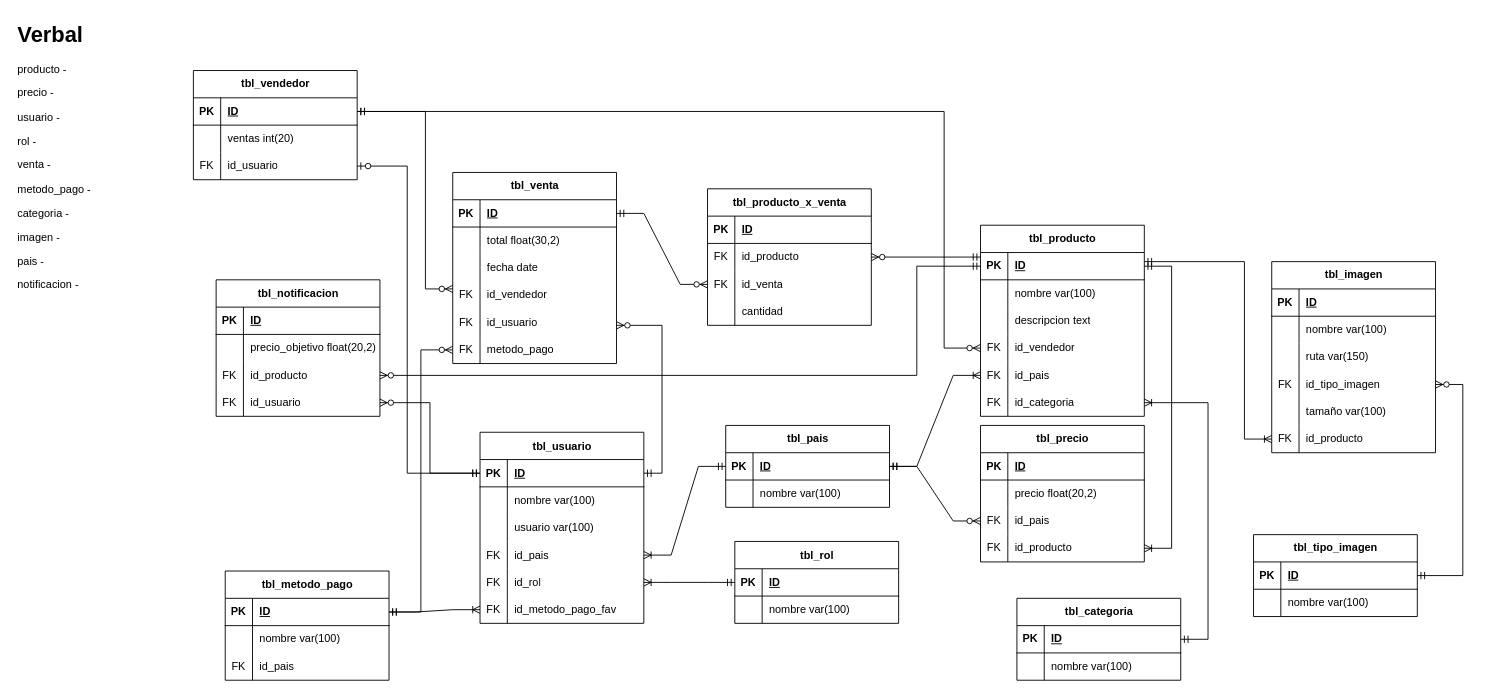
The draw.io diagram e-shop cuentas & videojuegos.drawio in jorge-ruizf/jshop, before the edit. Source tidied: cells renumbered, new cells numbered last; positions are measured from the earlier drawing's top-left corner, leaving out a move shared by most shapes. Both pictures are drawn from the tidied source at 91%, with x=0, y=0 at pixel (15, 15).
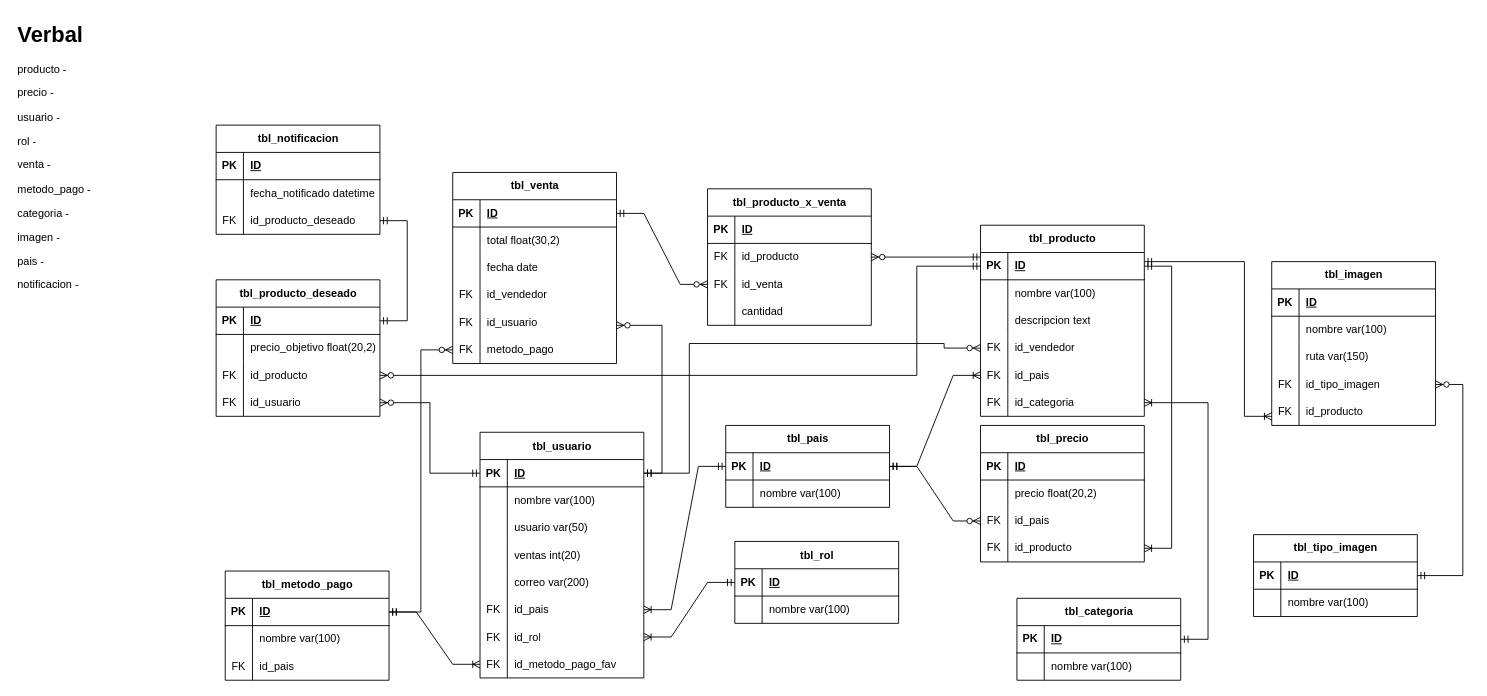
The same diagram, later.

Unchanged cells that the change refers to:
```xml
<mxCell id="3" style="shape=tableRow;horizontal=0;startSize=0;swimlaneHead=0;swimlaneBody=0;fillColor=none;points=[[0,0.5],[1,0.5]];portConstraint=eastwest;top=0;left=0;right=0;bottom=1;" parent="2" vertex="1">
  <mxGeometry y="30" width="180" height="30" as="geometry" />
</mxCell>
<mxCell id="12" style="shape=tableRow;horizontal=0;startSize=0;swimlaneHead=0;swimlaneBody=0;fillColor=none;points=[[0,0.5],[1,0.5]];portConstraint=eastwest;top=0;left=0;right=0;bottom=0;" parent="2" vertex="1">
  <mxGeometry y="120" width="180" height="30" as="geometry" />
</mxCell>
<mxCell id="30" style="shape=tableRow;horizontal=0;startSize=0;swimlaneHead=0;swimlaneBody=0;fillColor=none;points=[[0,0.5],[1,0.5]];portConstraint=eastwest;top=0;left=0;right=0;bottom=1;" parent="29" vertex="1">
  <mxGeometry y="30" width="180" height="30" as="geometry" />
</mxCell>
<mxCell id="75" style="shape=tableRow;horizontal=0;startSize=0;swimlaneHead=0;swimlaneBody=0;fillColor=none;points=[[0,0.5],[1,0.5]];portConstraint=eastwest;top=0;left=0;right=0;bottom=0;" parent="65" vertex="1">
  <mxGeometry y="120" width="180" height="30" as="geometry" />
</mxCell>
<mxCell id="81" style="shape=tableRow;horizontal=0;startSize=0;swimlaneHead=0;swimlaneBody=0;fillColor=none;points=[[0,0.5],[1,0.5]];portConstraint=eastwest;top=0;left=0;right=0;bottom=0;" parent="65" vertex="1">
  <mxGeometry y="180" width="180" height="30" as="geometry" />
</mxCell>
<mxCell id="98" style="shape=tableRow;horizontal=0;startSize=0;swimlaneHead=0;swimlaneBody=0;fillColor=none;points=[[0,0.5],[1,0.5]];portConstraint=eastwest;top=0;left=0;right=0;bottom=1;" parent="97" vertex="1">
  <mxGeometry y="30" width="180" height="30" as="geometry" />
</mxCell>
<mxCell id="104" style="shape=tableRow;horizontal=0;startSize=0;swimlaneHead=0;swimlaneBody=0;fillColor=none;top=0;left=0;right=0;bottom=0;" parent="97" vertex="1">
  <mxGeometry y="90" width="180" height="30" as="geometry" />
</mxCell>
<mxCell id="131" style="shape=tableRow;horizontal=0;startSize=0;swimlaneHead=0;swimlaneBody=0;fillColor=none;points=[[0,0.5],[1,0.5]];portConstraint=eastwest;top=0;left=0;right=0;bottom=1;" parent="130" vertex="1">
  <mxGeometry y="30" width="180" height="30" as="geometry" />
</mxCell>
```

Change to the diagram source:
```diff
@@
     <mxCell id="46" value="tbl_imagen" style="shape=table;startSize=30;childLayout=tableLayout;rowLines=0;fontStyle=1;align=center;html=1;" parent="1" vertex="1">
-      <mxGeometry x="1380" y="270" width="180" height="210" as="geometry" />
+      <mxGeometry x="1380" y="270" width="180" height="180" as="geometry" />
     </mxCell>
@@
-    <mxCell id="59" style="shape=tableRow;horizontal=0;startSize=0;swimlaneHead=0;swimlaneBody=0;fillColor=none;top=0;left=0;right=0;bottom=0;" parent="46" vertex="1">
-      <mxGeometry y="150" width="180" height="30" as="geometry" />
-    </mxCell>
-    <mxCell id="60" style="shape=partialRectangle;fillColor=none;top=0;left=0;bottom=0;right=0;overflow=hidden;whiteSpace=wrap;html=1;" parent="59" vertex="1">
-      <mxGeometry width="30" height="30" as="geometry" />
-    </mxCell>
-    <mxCell id="61" value="tamaño var(100)" style="shape=partialRectangle;fillColor=none;top=0;left=0;bottom=0;right=0;align=left;spacingLeft=6;overflow=hidden;whiteSpace=wrap;html=1;" parent="59" vertex="1">
-      <mxGeometry x="30" width="150" height="30" as="geometry" />
-    </mxCell>
     <mxCell id="62" style="shape=tableRow;horizontal=0;startSize=0;swimlaneHead=0;swimlaneBody=0;fillColor=none;points=[[0,0.5],[1,0.5]];portConstraint=eastwest;top=0;left=0;right=0;bottom=0;" parent="46" vertex="1">
-      <mxGeometry y="180" width="180" height="30" as="geometry" />
+      <mxGeometry y="150" width="180" height="30" as="geometry" />
     </mxCell>
@@
     <mxCell id="97" value="tbl_usuario" style="shape=table;startSize=30;childLayout=tableLayout;rowLines=0;fontStyle=1;align=center;html=1;" parent="1" vertex="1">
-      <mxGeometry x="510" y="457.5" width="180" height="210" as="geometry" />
+      <mxGeometry x="510" y="457.5" width="180" height="270" as="geometry" />
     </mxCell>
@@
-    <mxCell id="106" value="usuario var(100)" style="shape=partialRectangle;fillColor=none;top=0;left=0;bottom=0;right=0;align=left;spacingLeft=6;overflow=hidden;whiteSpace=wrap;html=1;" parent="104" vertex="1">
+    <mxCell id="106" value="usuario var(50)" style="shape=partialRectangle;fillColor=none;top=0;left=0;bottom=0;right=0;align=left;spacingLeft=6;overflow=hidden;whiteSpace=wrap;html=1;" parent="104" vertex="1">
       <mxGeometry x="30" width="150" height="30" as="geometry" />
     </mxCell>
+    <mxCell id="184" style="shape=tableRow;horizontal=0;startSize=0;swimlaneHead=0;swimlaneBody=0;fillColor=none;top=0;left=0;right=0;bottom=0;" parent="97" vertex="1">
+      <mxGeometry y="120" width="180" height="30" as="geometry" />
+    </mxCell>
+    <mxCell id="185" style="shape=partialRectangle;fillColor=none;top=0;left=0;bottom=0;right=0;overflow=hidden;whiteSpace=wrap;html=1;" parent="184" vertex="1">
+      <mxGeometry width="30" height="30" as="geometry" />
+    </mxCell>
+    <mxCell id="177" value="ventas int(20)" style="shape=partialRectangle;fillColor=none;top=0;left=0;bottom=0;right=0;align=left;spacingLeft=6;overflow=hidden;whiteSpace=wrap;html=1;" parent="184" vertex="1">
+      <mxGeometry x="30" width="150" height="30" as="geometry" />
+    </mxCell>
+    <mxCell id="59" style="shape=tableRow;horizontal=0;startSize=0;swimlaneHead=0;swimlaneBody=0;fillColor=none;top=0;left=0;right=0;bottom=0;" parent="97" vertex="1">
+      <mxGeometry y="150" width="180" height="30" as="geometry" />
+    </mxCell>
+    <mxCell id="186" style="shape=partialRectangle;fillColor=none;top=0;left=0;bottom=0;right=0;overflow=hidden;whiteSpace=wrap;html=1;" parent="59" vertex="1">
+      <mxGeometry width="30" height="30" as="geometry" />
+    </mxCell>
+    <mxCell id="187" value="correo var(200)" style="shape=partialRectangle;fillColor=none;top=0;left=0;bottom=0;right=0;align=left;spacingLeft=6;overflow=hidden;whiteSpace=wrap;html=1;" parent="59" vertex="1">
+      <mxGeometry x="30" width="150" height="30" as="geometry" />
+    </mxCell>
     <mxCell id="107" style="shape=tableRow;horizontal=0;startSize=0;swimlaneHead=0;swimlaneBody=0;fillColor=none;points=[[0,0.5],[1,0.5]];portConstraint=eastwest;top=0;left=0;right=0;bottom=0;" parent="97" vertex="1">
-      <mxGeometry y="120" width="180" height="30" as="geometry" />
+      <mxGeometry y="180" width="180" height="30" as="geometry" />
     </mxCell>
@@
     <mxCell id="110" style="shape=tableRow;horizontal=0;startSize=0;swimlaneHead=0;swimlaneBody=0;fillColor=none;points=[[0,0.5],[1,0.5]];portConstraint=eastwest;top=0;left=0;right=0;bottom=0;" parent="97" vertex="1">
-      <mxGeometry y="150" width="180" height="30" as="geometry" />
+      <mxGeometry y="210" width="180" height="30" as="geometry" />
     </mxCell>
@@
     <mxCell id="113" style="shape=tableRow;horizontal=0;startSize=0;swimlaneHead=0;swimlaneBody=0;fillColor=none;points=[[0,0.5],[1,0.5]];portConstraint=eastwest;top=0;left=0;right=0;bottom=0;" parent="97" vertex="1">
-      <mxGeometry y="180" width="180" height="30" as="geometry" />
+      <mxGeometry y="240" width="180" height="30" as="geometry" />
     </mxCell>
@@
-    <mxCell id="130" value="tbl_notificacion" style="shape=table;startSize=30;childLayout=tableLayout;rowLines=0;fontStyle=1;align=center;html=1;" parent="1" vertex="1">
+    <mxCell id="130" value="tbl_producto_deseado" style="shape=table;startSize=30;childLayout=tableLayout;rowLines=0;fontStyle=1;align=center;html=1;" parent="1" vertex="1">
       <mxGeometry x="220" y="290" width="180" height="150" as="geometry" />
     </mxCell>
@@
     <mxCell id="157" style="edgeStyle=orthogonalEdgeStyle;fontSize=12;html=1;endArrow=ERoneToMany;startArrow=ERmandOne;rounded=0;" parent="1" edge="1" source="3" target="62">
       <mxGeometry relative="1" as="geometry">
         <Array as="points">
           <mxPoint x="1350" y="270" />
-          <mxPoint x="1350" y="465" />
+          <mxPoint x="1350" y="440" />
         </Array>
       </mxGeometry>
     </mxCell>
@@
-    <mxCell id="167" style="edgeStyle=orthogonalEdgeStyle;fontSize=12;html=1;endArrow=ERzeroToMany;startArrow=ERmandOne;rounded=0;" parent="1" edge="1" source="172" target="75">
-      <mxGeometry relative="1" as="geometry">
-        <Array as="points">
-          <mxPoint x="450" y="105" />
-          <mxPoint x="450" y="300" />
-        </Array>
-      </mxGeometry>
-    </mxCell>
@@
-    <mxCell id="171" value="tbl_vendedor" style="shape=table;startSize=30;childLayout=tableLayout;rowLines=0;fontStyle=1;align=center;html=1;" parent="1" vertex="1">
-      <mxGeometry x="195" y="60" width="180" height="120" as="geometry" />
-    </mxCell>
+    <mxCell id="182" style="edgeStyle=orthogonalEdgeStyle;fontSize=12;html=1;endArrow=ERzeroToMany;startArrow=ERmandOne;rounded=0;" parent="1" edge="1" source="98" target="12">
+      <mxGeometry relative="1" as="geometry">
+        <Array as="points">
+          <mxPoint x="740" y="503" />
+          <mxPoint x="740" y="360" />
+          <mxPoint x="1020" y="360" />
+          <mxPoint x="1020" y="365" />
+        </Array>
+      </mxGeometry>
+    </mxCell>
+    <mxCell id="183" style="edgeStyle=orthogonalEdgeStyle;fontSize=12;html=1;endArrow=ERzeroToMany;startArrow=ERmandOne;rounded=0;" parent="1" edge="1" source="30" target="81">
+      <mxGeometry relative="1" as="geometry" />
+    </mxCell>
+    <mxCell id="188" value="tbl_notificacion" style="shape=table;startSize=30;childLayout=tableLayout;rowLines=0;fontStyle=1;align=center;html=1;" parent="1" vertex="1">
+      <mxGeometry x="220" y="120" width="180" height="120" as="geometry" />
+    </mxCell>
-    <mxCell id="172" style="shape=tableRow;horizontal=0;startSize=0;swimlaneHead=0;swimlaneBody=0;fillColor=none;points=[[0,0.5],[1,0.5]];portConstraint=eastwest;top=0;left=0;right=0;bottom=1;" parent="171" vertex="1">
+    <mxCell id="172" style="shape=tableRow;horizontal=0;startSize=0;swimlaneHead=0;swimlaneBody=0;fillColor=none;points=[[0,0.5],[1,0.5]];portConstraint=eastwest;top=0;left=0;right=0;bottom=1;" parent="188" vertex="1">
       <mxGeometry y="30" width="180" height="30" as="geometry" />
     </mxCell>
@@
-    <mxCell id="175" style="shape=tableRow;horizontal=0;startSize=0;swimlaneHead=0;swimlaneBody=0;fillColor=none;top=0;left=0;right=0;bottom=0;" parent="171" vertex="1">
+    <mxCell id="175" style="shape=tableRow;horizontal=0;startSize=0;swimlaneHead=0;swimlaneBody=0;fillColor=none;top=0;left=0;right=0;bottom=0;" parent="188" vertex="1">
       <mxGeometry y="60" width="180" height="30" as="geometry" />
     </mxCell>
-    <mxCell id="176" style="shape=partialRectangle;fillColor=none;top=0;left=0;bottom=0;right=0;overflow=hidden;whiteSpace=wrap;html=1;" parent="175" vertex="1">
-      <mxGeometry width="30" height="30" as="geometry" />
-    </mxCell>
-    <mxCell id="177" value="ventas int(20)" style="shape=partialRectangle;fillColor=none;top=0;left=0;bottom=0;right=0;align=left;spacingLeft=6;overflow=hidden;whiteSpace=wrap;html=1;" parent="175" vertex="1">
-      <mxGeometry x="30" width="150" height="30" as="geometry" />
-    </mxCell>
+    <mxCell id="189" style="shape=partialRectangle;fillColor=none;top=0;left=0;bottom=0;right=0;overflow=hidden;whiteSpace=wrap;html=1;" parent="175" vertex="1">
+      <mxGeometry width="30" height="30" as="geometry" />
+    </mxCell>
+    <mxCell id="190" value="fecha_notificado datetime" style="shape=partialRectangle;fillColor=none;top=0;left=0;bottom=0;right=0;align=left;spacingLeft=6;overflow=hidden;whiteSpace=wrap;html=1;" parent="175" vertex="1">
+      <mxGeometry x="30" width="150" height="30" as="geometry" />
+    </mxCell>
-    <mxCell id="178" style="shape=tableRow;horizontal=0;startSize=0;swimlaneHead=0;swimlaneBody=0;fillColor=none;points=[[0,0.5],[1,0.5]];portConstraint=eastwest;top=0;left=0;right=0;bottom=0;" parent="171" vertex="1">
+    <mxCell id="178" style="shape=tableRow;horizontal=0;startSize=0;swimlaneHead=0;swimlaneBody=0;fillColor=none;points=[[0,0.5],[1,0.5]];portConstraint=eastwest;top=0;left=0;right=0;bottom=0;" parent="188" vertex="1">
       <mxGeometry y="90" width="180" height="30" as="geometry" />
     </mxCell>
@@
-    <mxCell id="180" value="id_usuario" style="shape=partialRectangle;fillColor=none;top=0;left=0;bottom=0;right=0;align=left;spacingLeft=6;overflow=hidden;whiteSpace=wrap;html=1;" parent="178" vertex="1">
-      <mxGeometry x="30" width="150" height="30" as="geometry" />
-    </mxCell>
-    <mxCell id="181" style="edgeStyle=orthogonalEdgeStyle;fontSize=12;html=1;endArrow=ERzeroToOne;startArrow=ERmandOne;rounded=0;" parent="1" edge="1" source="98" target="178">
-      <mxGeometry relative="1" as="geometry">
-        <Array as="points">
-          <mxPoint x="430" y="503" />
-          <mxPoint x="430" y="165" />
-        </Array>
-      </mxGeometry>
-    </mxCell>
-    <mxCell id="182" style="edgeStyle=orthogonalEdgeStyle;fontSize=12;html=1;endArrow=ERzeroToMany;startArrow=ERmandOne;rounded=0;" parent="1" edge="1" source="172" target="12">
-      <mxGeometry relative="1" as="geometry">
-        <Array as="points">
-          <mxPoint x="1020" y="105" />
-          <mxPoint x="1020" y="365" />
-        </Array>
-      </mxGeometry>
-    </mxCell>
-    <mxCell id="183" style="edgeStyle=orthogonalEdgeStyle;fontSize=12;html=1;endArrow=ERzeroToMany;startArrow=ERmandOne;rounded=0;" parent="1" edge="1" source="30" target="81">
-      <mxGeometry relative="1" as="geometry" />
-    </mxCell>
+    <mxCell id="191" value="id_producto_deseado" style="shape=partialRectangle;fillColor=none;top=0;left=0;bottom=0;right=0;align=left;spacingLeft=6;overflow=hidden;whiteSpace=wrap;html=1;" parent="178" vertex="1">
+      <mxGeometry x="30" width="150" height="30" as="geometry" />
+    </mxCell>
+    <mxCell id="192" style="edgeStyle=entityRelationEdgeStyle;fontSize=12;html=1;endArrow=ERmandOne;startArrow=ERmandOne;rounded=0;" parent="1" edge="1" source="178" target="131">
+      <mxGeometry relative="1" as="geometry" />
+    </mxCell>
```
